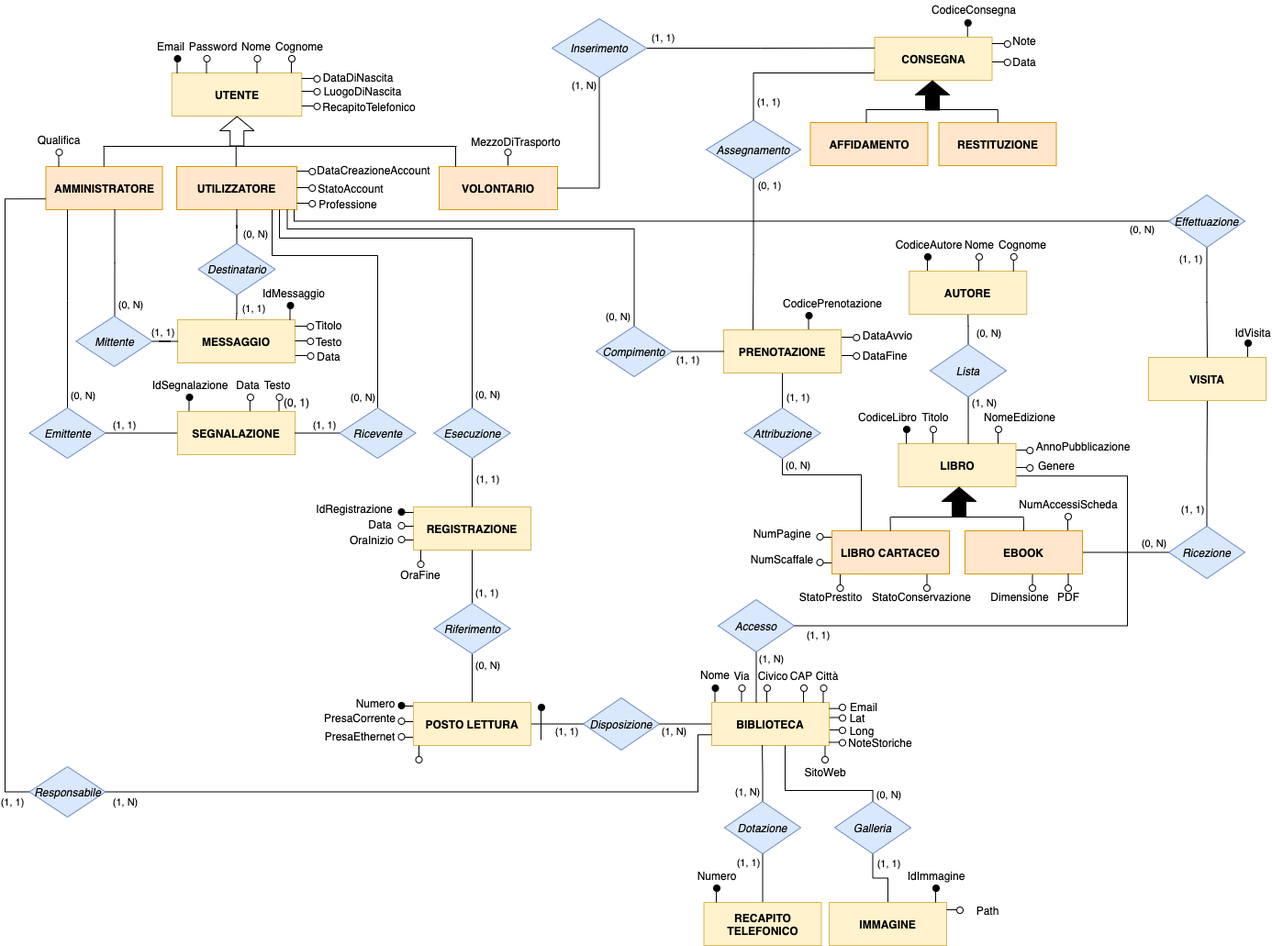
Above: Progettazione/ModelloER/DiagrammaDrawio.png in alessioarcara/Progetto_Basi_Dati (draw.io), before the change. Source tidied: cells renumbered, new cells last; positions are measured from the earlier drawing's top-left corner, leaving out a move shared by most shapes.
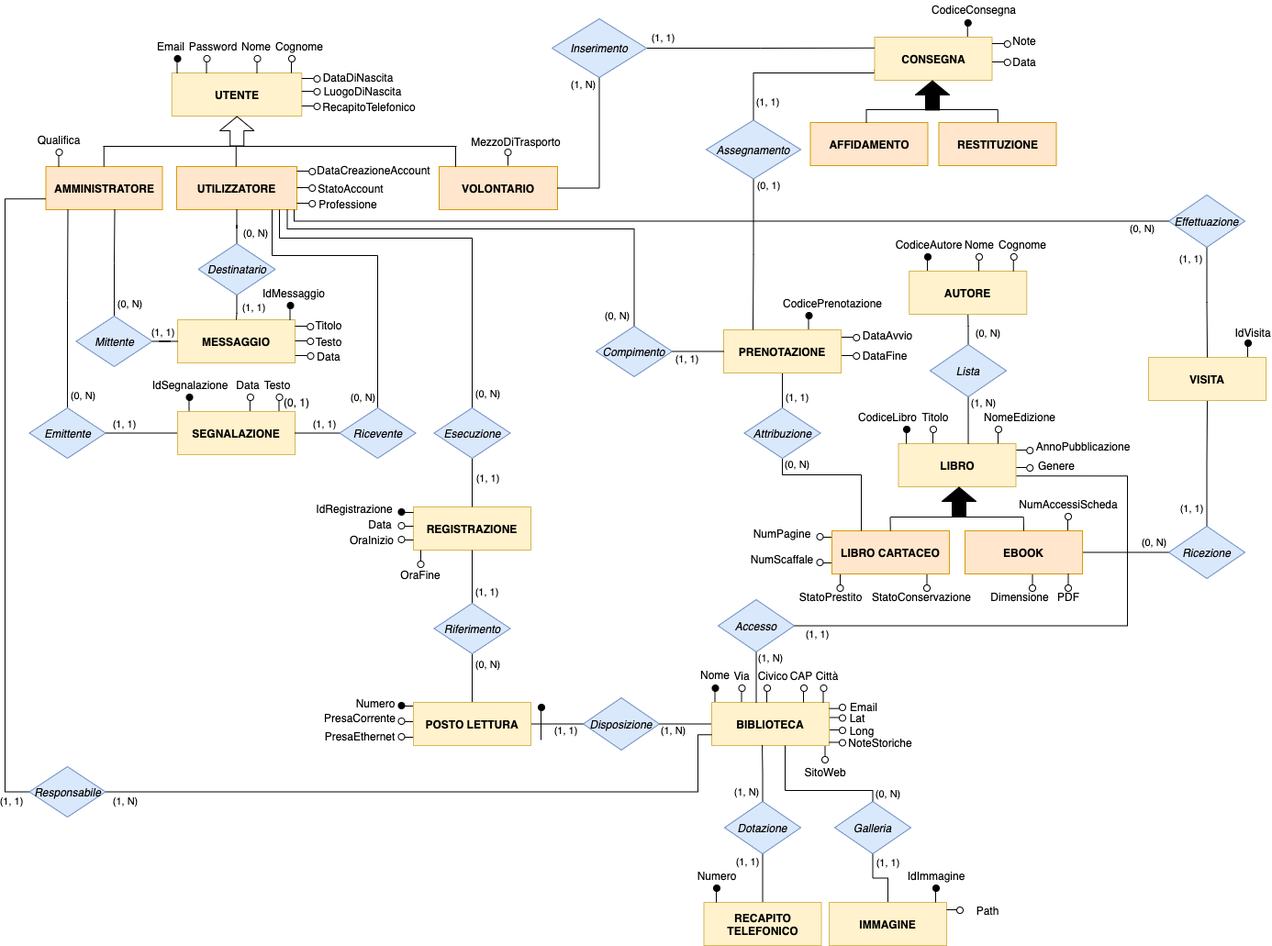
The same file after the commit.

Commit message:
Modifiche varie e pulizia modello ER

What changed in the source:
```diff
@@ -657,15 +657,6 @@
     <mxCell id="155" style="ellipse;whiteSpace=wrap;html=1;fillColor=#FFFFFF;" parent="1" vertex="1">
       <mxGeometry x="1116" y="637" width="7" height="7" as="geometry" />
     </mxCell>
-    <mxCell id="156" style="endArrow=none;html=1;" parent="1" edge="1">
-      <mxGeometry relative="1" as="geometry">
-        <mxPoint x="451" y="824" as="sourcePoint" />
-        <mxPoint x="451" y="812" as="targetPoint" />
-      </mxGeometry>
-    </mxCell>
-    <mxCell id="157" style="ellipse;whiteSpace=wrap;html=1;fillColor=#FFFFFF;" parent="1" vertex="1">
-      <mxGeometry x="447.5" y="824" width="7" height="7" as="geometry" />
-    </mxCell>
     <mxCell id="158" value="Numero" style="text;html=1;strokeColor=none;fillColor=none;align=center;verticalAlign=middle;whiteSpace=wrap;rounded=0;" parent="1" vertex="1">
       <mxGeometry x="384" y="756" width="40" height="20" as="geometry" />
     </mxCell>
```
